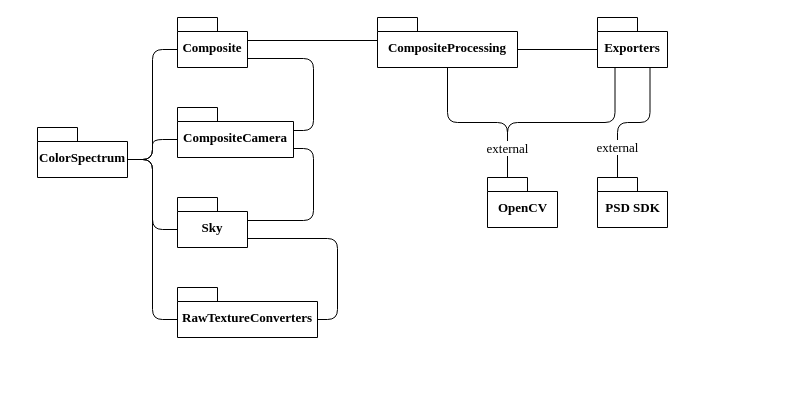
This is page "Component Diagram" (9 of 9) of Docs/Class diagrams.drawio from SpatiumOwl/ComplexSky-2.0, a draw.io file, before an edit. Source tidied: cells renumbered, new cells numbered last; positions are measured from the earlier drawing's top-left corner, leaving out a move shared by most shapes. Both pictures are drawn from the tidied source at 100%, with x=0, y=0 at pixel (37, 17).
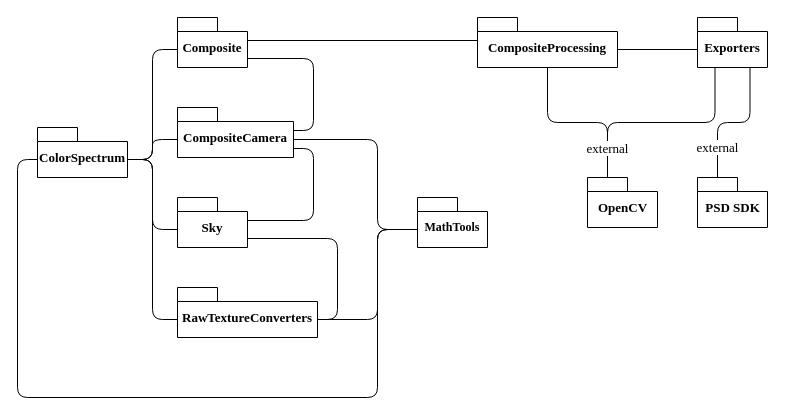
Above is the later version.

The change refers to these unchanged cells:
```xml
<mxCell id="5" value="RawTextureConverters" style="shape=folder;fontStyle=1;spacingTop=10;tabWidth=40;tabHeight=14;tabPosition=left;html=1;whiteSpace=wrap;fontFamily=Times New Roman;fontSize=13;" parent="1" vertex="1">
  <mxGeometry x="140" y="270" width="140" height="50" as="geometry" />
</mxCell>
<mxCell id="7" value="CompositeCamera" style="shape=folder;fontStyle=1;spacingTop=10;tabWidth=40;tabHeight=14;tabPosition=left;html=1;whiteSpace=wrap;fontFamily=Times New Roman;fontSize=13;" parent="1" vertex="1">
  <mxGeometry x="140" y="90" width="116" height="50" as="geometry" />
</mxCell>
<mxCell id="12" value="ColorSpectrum" style="shape=folder;fontStyle=1;spacingTop=10;tabWidth=40;tabHeight=14;tabPosition=left;html=1;whiteSpace=wrap;fontFamily=Times New Roman;fontSize=13;" parent="1" vertex="1">
  <mxGeometry y="110" width="90" height="50" as="geometry" />
</mxCell>
```

Change to the diagram source:
```diff
@@
     <mxCell id="16" value="CompositeProcessing" style="shape=folder;fontStyle=1;spacingTop=10;tabWidth=40;tabHeight=14;tabPosition=left;html=1;whiteSpace=wrap;fontFamily=Times New Roman;fontSize=13;" parent="1" vertex="1">
-      <mxGeometry x="340" width="140" height="50" as="geometry" />
+      <mxGeometry x="440" width="140" height="50" as="geometry" />
     </mxCell>
     <mxCell id="17" value="Exporters" style="shape=folder;fontStyle=1;spacingTop=10;tabWidth=40;tabHeight=14;tabPosition=left;html=1;whiteSpace=wrap;fontFamily=Times New Roman;fontSize=13;" parent="1" vertex="1">
-      <mxGeometry x="560" width="70" height="50" as="geometry" />
+      <mxGeometry x="660" width="70" height="50" as="geometry" />
     </mxCell>
@@
     <mxCell id="19" value="PSD SDK" style="shape=folder;fontStyle=1;spacingTop=10;tabWidth=40;tabHeight=14;tabPosition=left;html=1;fontFamily=Times New Roman;fontSize=13;" parent="1" vertex="1">
-      <mxGeometry x="560" y="160" width="70" height="50" as="geometry" />
+      <mxGeometry x="660" y="160" width="70" height="50" as="geometry" />
     </mxCell>
@@
     <mxCell id="22" value="OpenCV" style="shape=folder;fontStyle=1;spacingTop=10;tabWidth=40;tabHeight=14;tabPosition=left;html=1;fontFamily=Times New Roman;fontSize=13;" parent="1" vertex="1">
-      <mxGeometry x="450" y="160" width="70" height="50" as="geometry" />
+      <mxGeometry x="550" y="160" width="70" height="50" as="geometry" />
     </mxCell>
+    <mxCell id="23" style="edgeStyle=orthogonalEdgeStyle;rounded=1;jettySize=auto;html=1;exitX=0;exitY=0;exitDx=0;exitDy=32;exitPerimeter=0;entryX=0;entryY=0;entryDx=116;entryDy=32;entryPerimeter=0;endArrow=none;endFill=0;" parent="1" edge="1" source="26" target="7">
+      <mxGeometry relative="1" as="geometry">
+        <Array as="points">
+          <mxPoint x="340" y="212" />
+          <mxPoint x="340" y="122" />
+        </Array>
+      </mxGeometry>
+    </mxCell>
+    <mxCell id="24" style="edgeStyle=orthogonalEdgeStyle;rounded=1;jettySize=auto;html=1;exitX=0;exitY=0;exitDx=0;exitDy=32;exitPerimeter=0;entryX=0;entryY=0;entryDx=140;entryDy=32;entryPerimeter=0;endArrow=none;endFill=0;" parent="1" edge="1" source="26" target="5">
+      <mxGeometry relative="1" as="geometry">
+        <Array as="points">
+          <mxPoint x="340" y="212" />
+          <mxPoint x="340" y="302" />
+        </Array>
+      </mxGeometry>
+    </mxCell>
+    <mxCell id="25" style="edgeStyle=orthogonalEdgeStyle;rounded=1;jettySize=auto;html=1;exitX=0;exitY=0;exitDx=0;exitDy=32;exitPerimeter=0;entryX=0;entryY=0;entryDx=0;entryDy=32;entryPerimeter=0;endArrow=none;endFill=0;" parent="1" edge="1" source="26" target="12">
+      <mxGeometry relative="1" as="geometry">
+        <Array as="points">
+          <mxPoint x="340" y="212" />
+          <mxPoint x="340" y="380" />
+          <mxPoint x="-20" y="380" />
+          <mxPoint x="-20" y="142" />
+        </Array>
+      </mxGeometry>
+    </mxCell>
+    <mxCell id="26" value="MathTools" style="shape=folder;fontStyle=1;spacingTop=10;tabWidth=40;tabHeight=14;tabPosition=left;html=1;whiteSpace=wrap;fontFamily=Times New Roman;" parent="1" vertex="1">
+      <mxGeometry x="380" y="180" width="70" height="50" as="geometry" />
+    </mxCell>
```
